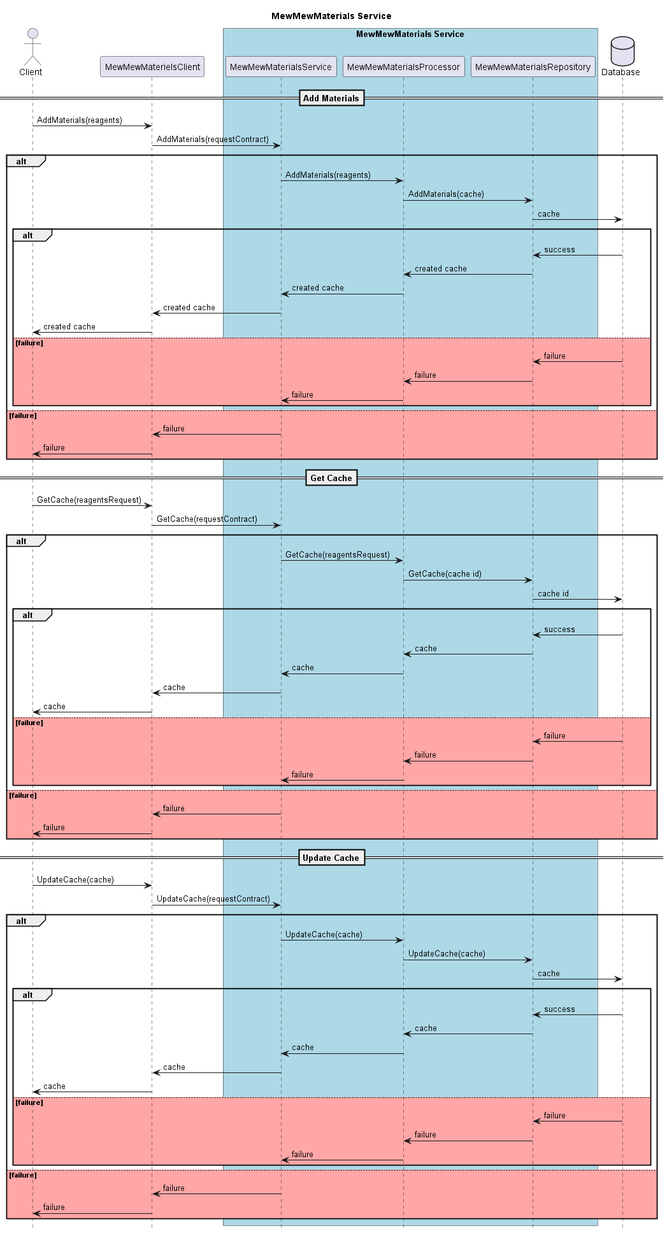
Earlier version of the PlantUML export docs/design/materials/service-design/mew-mew-materials-sequence.png (AmberFalbo/cat-coven).
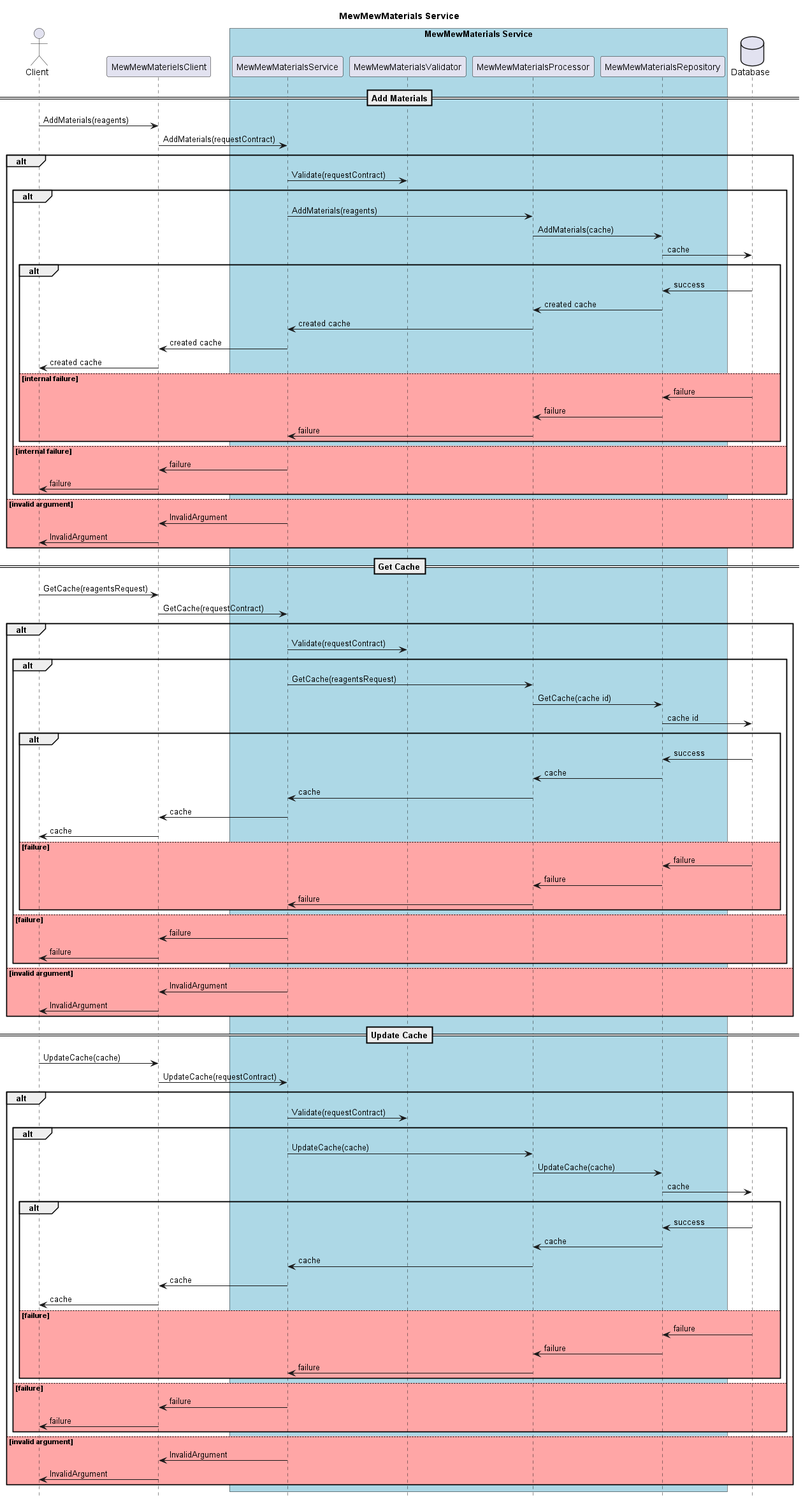
The same file after the commit.

Change to the diagram source:
```diff
@@ -8,6 +8,7 @@
 participant MewMewMaterielsClient
 box "MewMewMaterials Service" #LightBlue
     participant MewMewMaterialsService
+    participant MewMewMaterialsValidator
     participant MewMewMaterialsProcessor
     participant MewMewMaterialsRepository
 end box
@@ -17,72 +18,93 @@
 
 Client -> MewMewMaterielsClient : AddMaterials(reagents)
 MewMewMaterielsClient -> MewMewMaterialsService : AddMaterials(requestContract)
+
 alt
-    MewMewMaterialsService -> MewMewMaterialsProcessor : AddMaterials(reagents)
-    MewMewMaterialsProcessor -> MewMewMaterialsRepository : AddMaterials(cache)
-    MewMewMaterialsRepository -> Database : cache
+    MewMewMaterialsService -> MewMewMaterialsValidator : Validate(requestContract)
     alt
-        Database -> MewMewMaterialsRepository : success
-        MewMewMaterialsRepository -> MewMewMaterialsProcessor : created cache
-        MewMewMaterialsProcessor -> MewMewMaterialsService : created cache
-        MewMewMaterialsService -> MewMewMaterielsClient : created cache
-        MewMewMaterielsClient -> Client : created cache
-    else #FFA6A6 failure
-        Database -> MewMewMaterialsRepository : failure
-        MewMewMaterialsRepository -> MewMewMaterialsProcessor : failure
-        MewMewMaterialsProcessor -> MewMewMaterialsService : failure
+        MewMewMaterialsService -> MewMewMaterialsProcessor : AddMaterials(reagents)
+        MewMewMaterialsProcessor -> MewMewMaterialsRepository : AddMaterials(cache)
+        MewMewMaterialsRepository -> Database : cache
+        alt
+            Database -> MewMewMaterialsRepository : success
+            MewMewMaterialsRepository -> MewMewMaterialsProcessor : created cache
+            MewMewMaterialsProcessor -> MewMewMaterialsService : created cache
+            MewMewMaterialsService -> MewMewMaterielsClient : created cache
+            MewMewMaterielsClient -> Client : created cache
+        else #FFA6A6 internal failure
+            Database -> MewMewMaterialsRepository : failure
+            MewMewMaterialsRepository -> MewMewMaterialsProcessor : failure
+            MewMewMaterialsProcessor -> MewMewMaterialsService : failure
+        end
+    else #FFA6A6 internal failure
+        MewMewMaterialsService -> MewMewMaterielsClient : failure
+        MewMewMaterielsClient -> Client : failure
     end
-else #FFA6A6 failure
-    MewMewMaterialsService -> MewMewMaterielsClient : failure
-    MewMewMaterielsClient -> Client : failure
+else #FFA6A6 invalid argument
+    MewMewMaterialsService -> MewMewMaterielsClient : InvalidArgument
+    MewMewMaterielsClient -> Client : InvalidArgument
 end
 
 ==Get Cache==
 
 Client -> MewMewMaterielsClient : GetCache(reagentsRequest)
 MewMewMaterielsClient -> MewMewMaterialsService : GetCache(requestContract)
+
 alt
-    MewMewMaterialsService -> MewMewMaterialsProcessor : GetCache(reagentsRequest)
-    MewMewMaterialsProcessor -> MewMewMaterialsRepository : GetCache(cache id)
-    MewMewMaterialsRepository -> Database : cache id
+    MewMewMaterialsService -> MewMewMaterialsValidator : Validate(requestContract)
     alt
-        Database -> MewMewMaterialsRepository : success
-        MewMewMaterialsRepository -> MewMewMaterialsProcessor : cache
-        MewMewMaterialsProcessor -> MewMewMaterialsService : cache
-        MewMewMaterialsService -> MewMewMaterielsClient : cache
-        MewMewMaterielsClient -> Client : cache
+        MewMewMaterialsService -> MewMewMaterialsProcessor : GetCache(reagentsRequest)
+        MewMewMaterialsProcessor -> MewMewMaterialsRepository : GetCache(cache id)
+        MewMewMaterialsRepository -> Database : cache id
+        alt
+            Database -> MewMewMaterialsRepository : success
+            MewMewMaterialsRepository -> MewMewMaterialsProcessor : cache
+            MewMewMaterialsProcessor -> MewMewMaterialsService : cache
+            MewMewMaterialsService -> MewMewMaterielsClient : cache
+            MewMewMaterielsClient -> Client : cache
+        else #FFA6A6 failure
+            Database -> MewMewMaterialsRepository : failure
+            MewMewMaterialsRepository -> MewMewMaterialsProcessor : failure
+            MewMewMaterialsProcessor -> MewMewMaterialsService : failure
+        end
     else #FFA6A6 failure
-        Database -> MewMewMaterialsRepository : failure
-        MewMewMaterialsRepository -> MewMewMaterialsProcessor : failure
-        MewMewMaterialsProcessor -> MewMewMaterialsService : failure
+        MewMewMaterialsService -> MewMewMaterielsClient : failure
+        MewMewMaterielsClient -> Client : failure
     end
-else #FFA6A6 failure
-    MewMewMaterialsService -> MewMewMaterielsClient : failure
-    MewMewMaterielsClient -> Client : failure
+else #FFA6A6 invalid argument
+    MewMewMaterialsService -> MewMewMaterielsClient : InvalidArgument
+    MewMewMaterielsClient -> Client : InvalidArgument
 end
 
 ==Update Cache==
 
 Client -> MewMewMaterielsClient : UpdateCache(cache)
 MewMewMaterielsClient -> MewMewMaterialsService : UpdateCache(requestContract)
+
 alt
-    MewMewMaterialsService -> MewMewMaterialsProcessor : UpdateCache(cache)
-    MewMewMaterialsProcessor -> MewMewMaterialsRepository : UpdateCache(cache)
-    MewMewMaterialsRepository -> Database : cache
+    MewMewMaterialsService -> MewMewMaterialsValidator : Validate(requestContract)
     alt
-        Database -> MewMewMaterialsRepository : success
-        MewMewMaterialsRepository -> MewMewMaterialsProcessor : cache
-        MewMewMaterialsProcessor -> MewMewMaterialsService : cache
-        MewMewMaterialsService -> MewMewMaterielsClient : cache
-        MewMewMaterielsClient -> Client : cache
+        MewMewMaterialsService -> MewMewMaterialsProcessor : UpdateCache(cache)
+        MewMewMaterialsProcessor -> MewMewMaterialsRepository : UpdateCache(cache)
+        MewMewMaterialsRepository -> Database : cache
+        alt
+            Database -> MewMewMaterialsRepository : success
+            MewMewMaterialsRepository -> MewMewMaterialsProcessor : cache
+            MewMewMaterialsProcessor -> MewMewMaterialsService : cache
+            MewMewMaterialsService -> MewMewMaterielsClient : cache
+            MewMewMaterielsClient -> Client : cache
+        else #FFA6A6 failure
+            Database -> MewMewMaterialsRepository : failure
+            MewMewMaterialsRepository -> MewMewMaterialsProcessor : failure
+            MewMewMaterialsProcessor -> MewMewMaterialsService : failure
+        end
     else #FFA6A6 failure
-        Database -> MewMewMaterialsRepository : failure
-        MewMewMaterialsRepository -> MewMewMaterialsProcessor : failure
-        MewMewMaterialsProcessor -> MewMewMaterialsService : failure
+        MewMewMaterialsService -> MewMewMaterielsClient : failure
+        MewMewMaterielsClient -> Client : failure
     end
-else #FFA6A6 failure
-    MewMewMaterialsService -> MewMewMaterielsClient : failure
-    MewMewMaterielsClient -> Client : failure
+else #FFA6A6 invalid argument
+    MewMewMaterialsService -> MewMewMaterielsClient : InvalidArgument
+    MewMewMaterielsClient -> Client : InvalidArgument
 end
 
 @enduml
```
